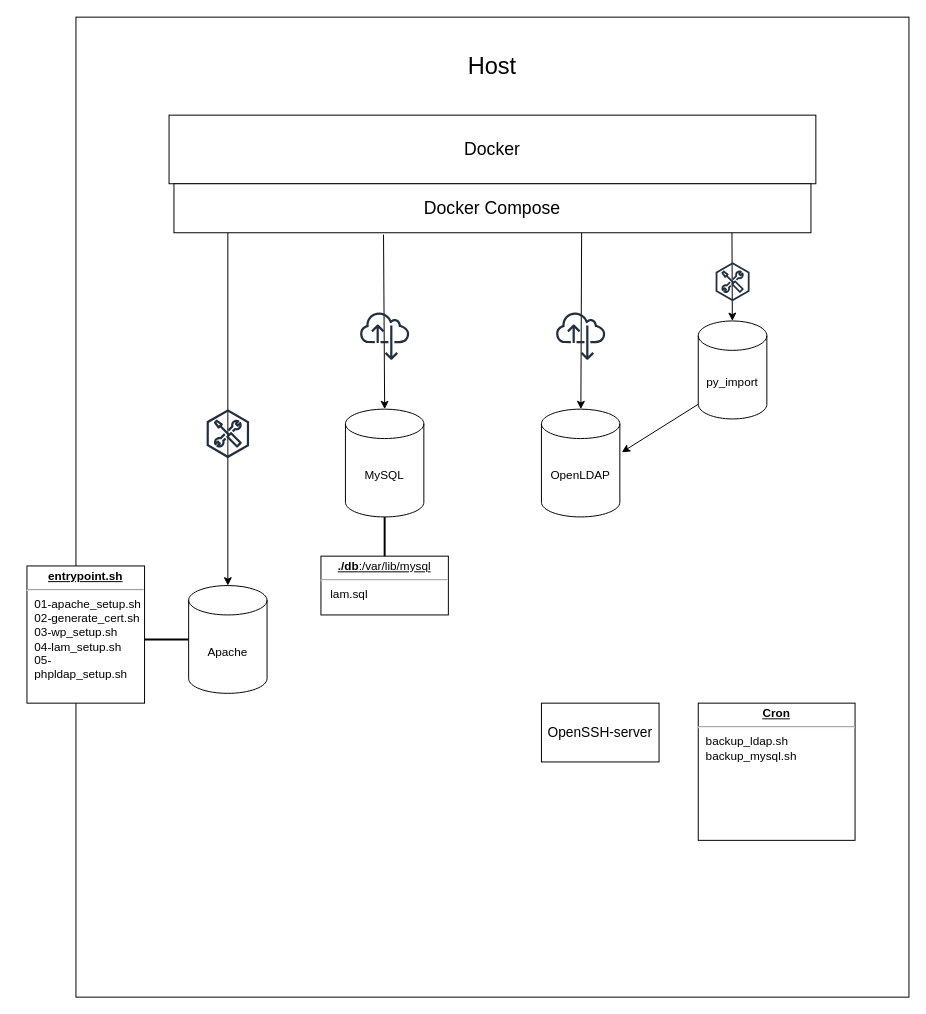
Earlier version of the draw.io diagram Flowcharts/service flowchart.drawio (mrmysko/Linux2-Grubbarbete). Source tidied: cells renumbered, new cells numbered last; positions are measured from the earlier drawing's top-left corner, leaving out a move shared by most shapes. Both pictures are drawn from the tidied source at 98%, with x=0, y=0 at pixel (26, 17).
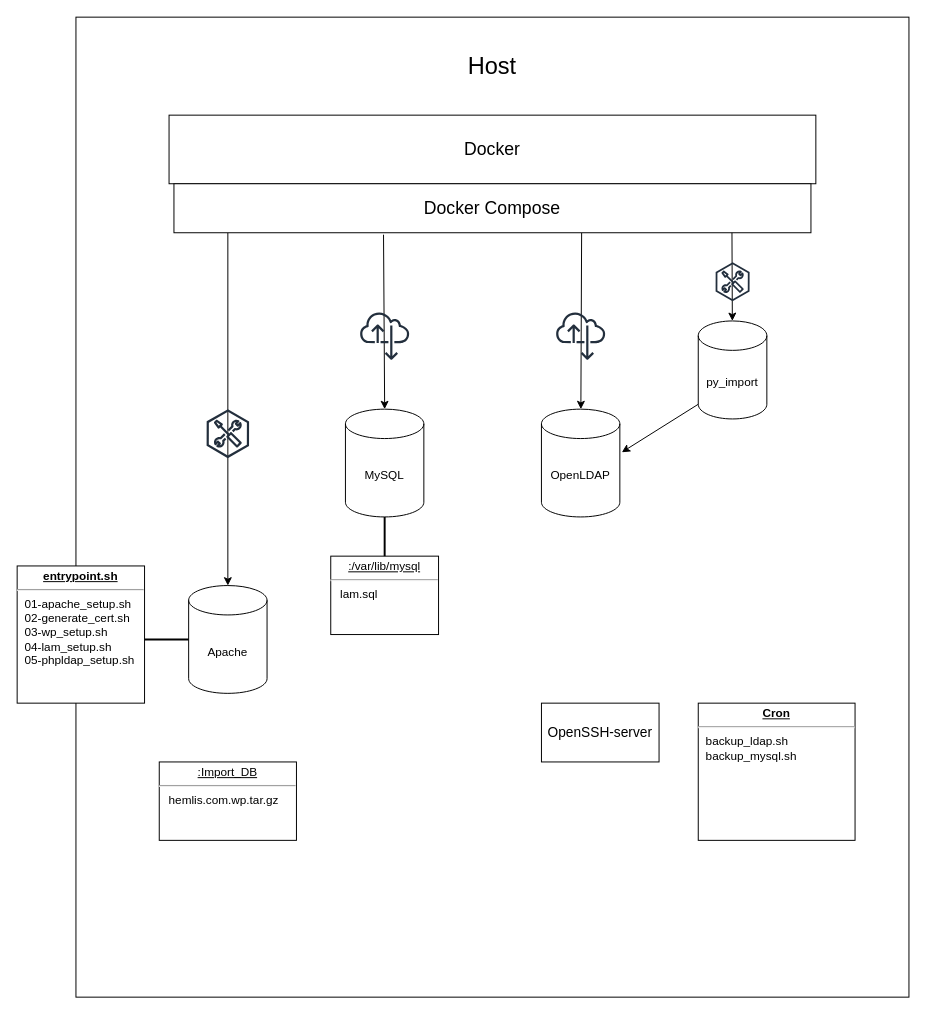
Above is the later version.

What changed in the source:
```diff
@@
     <mxCell id="20" value="&lt;p style=&quot;margin:0px;margin-top:4px;text-align:center;text-decoration:underline;&quot;&gt;&lt;b&gt;entrypoint.sh&lt;/b&gt;&lt;br&gt;&lt;/p&gt;&lt;hr&gt;&lt;p style=&quot;margin:0px;margin-left:8px;&quot;&gt;01-apache_setup.sh&lt;/p&gt;&lt;p style=&quot;margin:0px;margin-left:8px;&quot;&gt;02-generate_cert.sh&lt;/p&gt;&lt;p style=&quot;margin:0px;margin-left:8px;&quot;&gt;03-wp_setup.sh&lt;/p&gt;&lt;p style=&quot;margin:0px;margin-left:8px;&quot;&gt;04-lam_setup.sh&lt;/p&gt;&lt;p style=&quot;margin:0px;margin-left:8px;&quot;&gt;05-phpldap_setup.sh&lt;br&gt;&lt;/p&gt;" style="verticalAlign=top;align=left;overflow=fill;fontSize=12;fontFamily=Helvetica;html=1;whiteSpace=wrap;" parent="1" vertex="1">
-      <mxGeometry y="560" width="120" height="140" as="geometry" />
+      <mxGeometry x="-10" y="560" width="130" height="140" as="geometry" />
     </mxCell>
-    <mxCell id="21" value="&lt;p style=&quot;margin:0px;margin-top:4px;text-align:center;text-decoration:underline;&quot;&gt;&lt;b&gt;./db&lt;/b&gt;:/var/lib/mysql&lt;br&gt;&lt;/p&gt;&lt;hr&gt;&lt;div&gt;&amp;nbsp;&amp;nbsp; lam.sql&lt;/div&gt;" style="verticalAlign=top;align=left;overflow=fill;fontSize=12;fontFamily=Helvetica;html=1;whiteSpace=wrap;" parent="1" vertex="1">
-      <mxGeometry x="300" y="550" width="130" height="60" as="geometry" />
+    <mxCell id="21" value="&lt;p style=&quot;margin:0px;margin-top:4px;text-align:center;text-decoration:underline;&quot;&gt;&lt;span style=&quot;background-color: initial;&quot;&gt;:/var/lib/mysql&lt;/span&gt;&lt;br&gt;&lt;/p&gt;&lt;hr&gt;&lt;div&gt;&amp;nbsp;&amp;nbsp; lam.sql&lt;/div&gt;" style="verticalAlign=top;align=left;overflow=fill;fontSize=12;fontFamily=Helvetica;html=1;whiteSpace=wrap;" parent="1" vertex="1">
+      <mxGeometry x="310" y="550" width="110" height="80" as="geometry" />
     </mxCell>
@@
+    <mxCell id="25" value="&lt;p style=&quot;margin:0px;margin-top:4px;text-align:center;text-decoration:underline;&quot;&gt;&lt;span style=&quot;background-color: initial;&quot;&gt;:Import_DB&lt;/span&gt;&lt;br&gt;&lt;/p&gt;&lt;hr&gt;&lt;div&gt;&amp;nbsp; &amp;nbsp;hemlis.com.wp.tar.gz&lt;/div&gt;" style="verticalAlign=top;align=left;overflow=fill;fontSize=12;fontFamily=Helvetica;html=1;whiteSpace=wrap;" parent="1" vertex="1">
+      <mxGeometry x="135" y="760" width="140" height="80" as="geometry" />
+    </mxCell>
```
